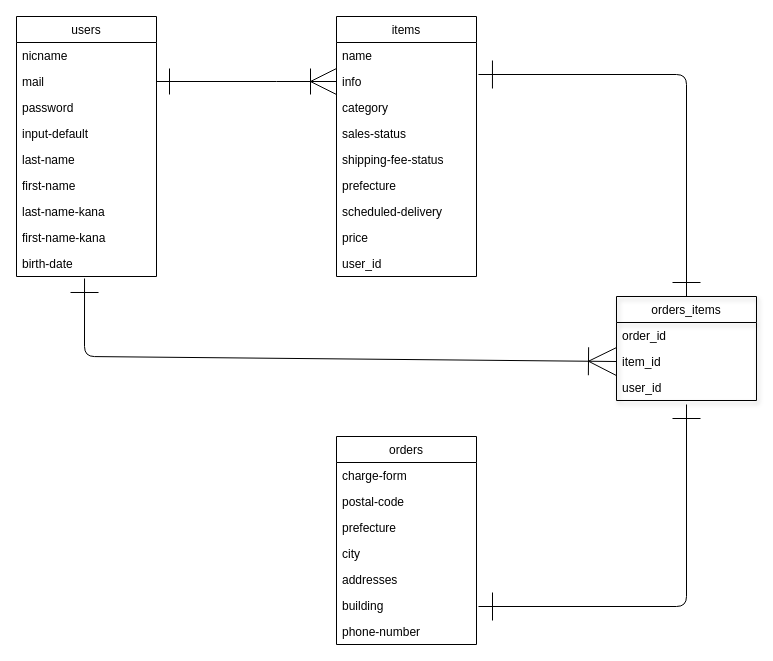
This is test.dio from onacyan2/furima-36991, a draw.io file, before an edit. Source tidied: cells renumbered, new cells numbered last; positions are measured from the earlier drawing's top-left corner, leaving out a move shared by most shapes. Both pictures are drawn from the tidied source at 100%, with x=0, y=0 at pixel (16, 16).
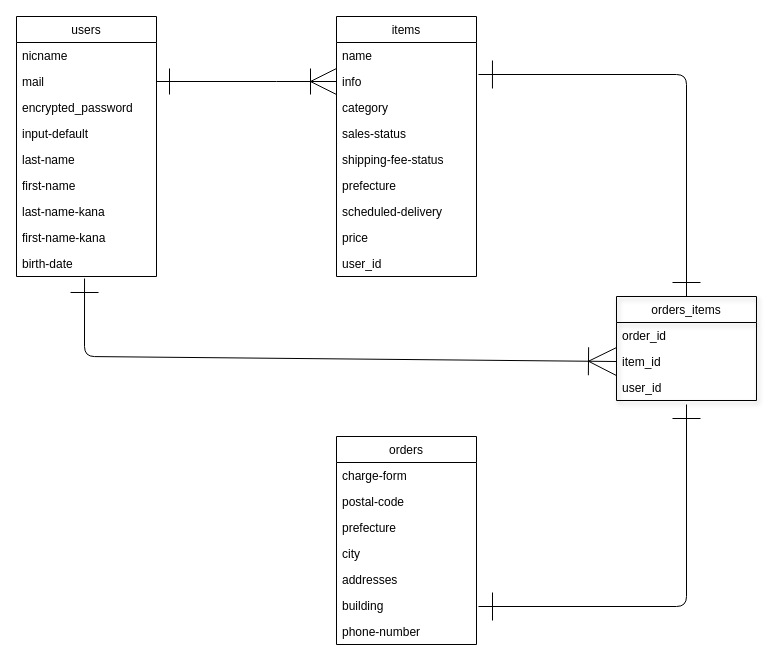
Above is the later version.

Commit message (it also covers changes not shown here):
ER図/READMEの変更１

Unchanged cells that the change refers to:
```xml
<mxCell id="20" value="users" style="swimlane;fontStyle=0;horizontal=1;startSize=26;" parent="1" vertex="1">
  <mxGeometry width="140" height="260" as="geometry" />
</mxCell>
```

What changed in the source:
```diff
@@
-    <mxCell id="23" value="password" style="text;strokeColor=none;fillColor=none;align=left;verticalAlign=top;spacingLeft=4;spacingRight=4;overflow=hidden;shadow=1;" parent="20" vertex="1">
+    <mxCell id="23" value="encrypted_password" style="text;strokeColor=none;fillColor=none;align=left;verticalAlign=top;spacingLeft=4;spacingRight=4;overflow=hidden;shadow=1;" parent="20" vertex="1">
       <mxGeometry y="78" width="140" height="26" as="geometry" />
     </mxCell>
```
